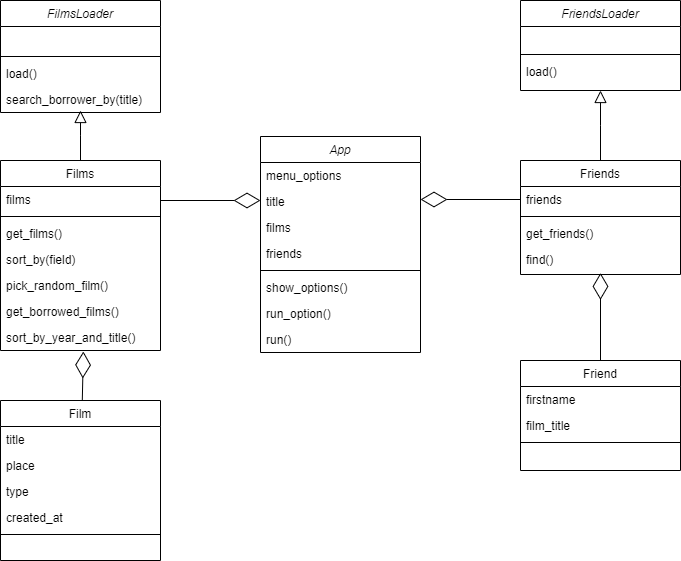
Above: _DOC/diagramme_de_classe_poo_app_python.drawio.png in sfinx13/demo-poo-python (draw.io), before the change. Source tidied: cells renumbered, new cells last; positions are measured from the earlier drawing's top-left corner, leaving out a move shared by most shapes. Its diagram source:
```xml
<mxGraphModel>
  <root>
    <mxCell id="0" />
    <mxCell id="1" parent="0" />
    <mxCell id="2" value="FriendsLoader" style="swimlane;fontStyle=2;align=center;verticalAlign=top;horizontal=1;startSize=26;rounded=0;shadow=0;strokeWidth=1;" parent="1" vertex="1">
      <mxGeometry x="520" width="160" height="90" as="geometry" />
    </mxCell>
    <mxCell id="3" value="Email Address" style="text;align=left;verticalAlign=top;spacingLeft=4;spacingRight=4;overflow=hidden;rounded=0;shadow=0;html=0;fontColor=none;noLabel=1;" parent="2" vertex="1">
      <mxGeometry y="26" width="160" height="24" as="geometry" />
    </mxCell>
    <mxCell id="4" style="line;html=1;strokeWidth=1;align=left;verticalAlign=middle;spacingTop=-1;spacingLeft=3;spacingRight=3;labelPosition=right;" parent="2" vertex="1">
      <mxGeometry y="50" width="160" height="8" as="geometry" />
    </mxCell>
    <mxCell id="5" value="load()" style="text;align=left;verticalAlign=top;spacingLeft=4;spacingRight=4;overflow=hidden;" parent="2" vertex="1">
      <mxGeometry y="58" width="160" height="26" as="geometry" />
    </mxCell>
    <mxCell id="6" value="Friends" style="swimlane;fontStyle=0;align=center;verticalAlign=top;horizontal=1;startSize=26;rounded=0;shadow=0;strokeWidth=1;" parent="1" vertex="1">
      <mxGeometry x="520" y="160" width="160" height="114" as="geometry" />
    </mxCell>
    <mxCell id="7" value="friends" style="text;align=left;verticalAlign=top;spacingLeft=4;spacingRight=4;overflow=hidden;points=[[0,0.5],[1,0.5]];portConstraint=eastwest;fontColor=#000000;" parent="6" vertex="1">
      <mxGeometry y="26" width="160" height="26" as="geometry" />
    </mxCell>
    <mxCell id="8" style="line;html=1;strokeWidth=1;align=left;verticalAlign=middle;spacingTop=-1;spacingLeft=3;spacingRight=3;labelPosition=right;" parent="6" vertex="1">
      <mxGeometry y="52" width="160" height="8" as="geometry" />
    </mxCell>
    <mxCell id="9" value="get_friends()" style="text;align=left;verticalAlign=top;spacingLeft=4;spacingRight=4;overflow=hidden;fontStyle=0;" parent="6" vertex="1">
      <mxGeometry y="60" width="160" height="26" as="geometry" />
    </mxCell>
    <mxCell id="10" style="endArrow=block;endSize=10;endFill=0;shadow=0;strokeWidth=1;rounded=0;edgeStyle=elbowEdgeStyle;elbow=vertical;" parent="1" edge="1" source="6" target="2">
      <mxGeometry relative="1" as="geometry" />
    </mxCell>
    <mxCell id="11" value="FilmsLoader" style="swimlane;fontStyle=2;align=center;verticalAlign=top;horizontal=1;startSize=26;rounded=0;shadow=0;strokeWidth=1;" parent="1" vertex="1">
      <mxGeometry width="160" height="112" as="geometry" />
    </mxCell>
    <mxCell id="12" value="Email Address" style="text;align=left;verticalAlign=top;spacingLeft=4;spacingRight=4;overflow=hidden;rounded=0;shadow=0;html=0;fontColor=none;noLabel=1;" parent="11" vertex="1">
      <mxGeometry y="26" width="160" height="26" as="geometry" />
    </mxCell>
    <mxCell id="13" style="line;html=1;strokeWidth=1;align=left;verticalAlign=middle;spacingTop=-1;spacingLeft=3;spacingRight=3;labelPosition=right;" parent="11" vertex="1">
      <mxGeometry y="52" width="160" height="8" as="geometry" />
    </mxCell>
    <mxCell id="14" value="load()" style="text;align=left;verticalAlign=top;spacingLeft=4;spacingRight=4;overflow=hidden;" parent="11" vertex="1">
      <mxGeometry y="60" width="160" height="26" as="geometry" />
    </mxCell>
    <mxCell id="15" value="search_borrower_by(title)" style="text;align=left;verticalAlign=top;spacingLeft=4;spacingRight=4;overflow=hidden;" parent="11" vertex="1">
      <mxGeometry y="86" width="160" height="26" as="geometry" />
    </mxCell>
    <mxCell id="16" value="Films" style="swimlane;fontStyle=0;align=center;verticalAlign=top;horizontal=1;startSize=26;rounded=0;shadow=0;strokeWidth=1;" parent="1" vertex="1">
      <mxGeometry y="160" width="160" height="190" as="geometry" />
    </mxCell>
    <mxCell id="17" value="films" style="text;align=left;verticalAlign=top;spacingLeft=4;spacingRight=4;overflow=hidden;fontColor=#000000;" parent="16" vertex="1">
      <mxGeometry y="26" width="160" height="26" as="geometry" />
    </mxCell>
    <mxCell id="18" style="line;html=1;strokeWidth=1;align=left;verticalAlign=middle;spacingTop=-1;spacingLeft=3;spacingRight=3;labelPosition=right;" parent="16" vertex="1">
      <mxGeometry y="52" width="160" height="8" as="geometry" />
    </mxCell>
    <mxCell id="19" value="get_films()" style="text;align=left;verticalAlign=top;spacingLeft=4;spacingRight=4;overflow=hidden;fontStyle=0;" parent="16" vertex="1">
      <mxGeometry y="60" width="160" height="26" as="geometry" />
    </mxCell>
    <mxCell id="20" value="sort_by(field)" style="text;align=left;verticalAlign=top;spacingLeft=4;spacingRight=4;overflow=hidden;" parent="16" vertex="1">
      <mxGeometry y="86" width="160" height="26" as="geometry" />
    </mxCell>
    <mxCell id="21" value="pick_random_film()" style="text;align=left;verticalAlign=top;spacingLeft=4;spacingRight=4;overflow=hidden;" parent="16" vertex="1">
      <mxGeometry y="112" width="160" height="26" as="geometry" />
    </mxCell>
    <mxCell id="22" value="get_borrowed_films()" style="text;align=left;verticalAlign=top;spacingLeft=4;spacingRight=4;overflow=hidden;" parent="16" vertex="1">
      <mxGeometry y="138" width="160" height="26" as="geometry" />
    </mxCell>
    <mxCell id="23" value="sort_by_year_and_title()" style="text;align=left;verticalAlign=top;spacingLeft=4;spacingRight=4;overflow=hidden;points=[[0,0.5],[1,0.5]];portConstraint=eastwest;fontStyle=0;" parent="16" vertex="1">
      <mxGeometry y="164" width="160" height="26" as="geometry" />
    </mxCell>
    <mxCell id="24" style="endArrow=block;endSize=10;endFill=0;shadow=0;strokeWidth=1;rounded=0;edgeStyle=elbowEdgeStyle;elbow=vertical;" parent="1" edge="1" source="16">
      <mxGeometry relative="1" as="geometry">
        <mxPoint x="80" y="110" as="targetPoint" />
      </mxGeometry>
    </mxCell>
    <mxCell id="25" value="Friend" style="swimlane;fontStyle=0;align=center;verticalAlign=top;horizontal=1;startSize=26;rounded=0;shadow=0;strokeWidth=1;" parent="1" vertex="1">
      <mxGeometry x="520" y="360" width="160" height="110" as="geometry" />
    </mxCell>
    <mxCell id="26" value="firstname" style="text;align=left;verticalAlign=top;spacingLeft=4;spacingRight=4;overflow=hidden;fontColor=#000000;" parent="25" vertex="1">
      <mxGeometry y="26" width="160" height="26" as="geometry" />
    </mxCell>
    <mxCell id="27" value="film_title" style="text;align=left;verticalAlign=top;spacingLeft=4;spacingRight=4;overflow=hidden;fontColor=#000000;" parent="25" vertex="1">
      <mxGeometry y="52" width="160" height="26" as="geometry" />
    </mxCell>
    <mxCell id="28" style="line;html=1;strokeWidth=1;align=left;verticalAlign=middle;spacingTop=-1;spacingLeft=3;spacingRight=3;labelPosition=right;" parent="25" vertex="1">
      <mxGeometry y="78" width="160" height="8" as="geometry" />
    </mxCell>
    <mxCell id="29" value="Film" style="swimlane;fontStyle=0;align=center;verticalAlign=top;horizontal=1;startSize=26;rounded=0;shadow=0;strokeWidth=1;" parent="1" vertex="1">
      <mxGeometry y="400" width="160" height="160" as="geometry" />
    </mxCell>
    <mxCell id="30" value="title" style="text;align=left;verticalAlign=top;spacingLeft=4;spacingRight=4;overflow=hidden;fontColor=#000000;" parent="29" vertex="1">
      <mxGeometry y="26" width="160" height="26" as="geometry" />
    </mxCell>
    <mxCell id="31" value="place" style="text;align=left;verticalAlign=top;spacingLeft=4;spacingRight=4;overflow=hidden;" parent="29" vertex="1">
      <mxGeometry y="52" width="160" height="26" as="geometry" />
    </mxCell>
    <mxCell id="32" value="type" style="text;align=left;verticalAlign=top;spacingLeft=4;spacingRight=4;overflow=hidden;" parent="29" vertex="1">
      <mxGeometry y="78" width="160" height="26" as="geometry" />
    </mxCell>
    <mxCell id="33" value="created_at" style="text;align=left;verticalAlign=top;spacingLeft=4;spacingRight=4;overflow=hidden;fontStyle=0;" parent="29" vertex="1">
      <mxGeometry y="104" width="160" height="26" as="geometry" />
    </mxCell>
    <mxCell id="34" style="line;html=1;strokeWidth=1;align=left;verticalAlign=middle;spacingTop=-1;spacingLeft=3;spacingRight=3;labelPosition=right;" parent="29" vertex="1">
      <mxGeometry y="130" width="160" height="8" as="geometry" />
    </mxCell>
    <mxCell id="35" style="endArrow=diamondThin;endFill=0;endSize=24;html=1;rounded=0;fontColor=#000000;exitX=0.5;exitY=0;exitDx=0;exitDy=0;entryX=0.5;entryY=1.016;entryDx=0;entryDy=0;entryPerimeter=0;" parent="1" edge="1" source="25" target="36">
      <mxGeometry relative="1" as="geometry" />
    </mxCell>
    <mxCell id="36" value="find()" style="text;align=left;verticalAlign=top;spacingLeft=4;spacingRight=4;overflow=hidden;points=[[0,0.5],[1,0.5]];portConstraint=eastwest;" parent="1" vertex="1">
      <mxGeometry x="520" y="246" width="160" height="26" as="geometry" />
    </mxCell>
    <mxCell id="37" style="endArrow=diamondThin;endFill=0;endSize=24;html=1;rounded=0;fontColor=#000000;entryX=0.518;entryY=1.038;entryDx=0;entryDy=0;entryPerimeter=0;" parent="1" edge="1" source="29" target="23">
      <mxGeometry relative="1" as="geometry" />
    </mxCell>
    <mxCell id="38" value="App" style="swimlane;fontStyle=2;align=center;verticalAlign=top;horizontal=1;startSize=26;rounded=0;shadow=0;strokeWidth=1;" parent="1" vertex="1">
      <mxGeometry x="260" y="136" width="160" height="216" as="geometry" />
    </mxCell>
    <mxCell id="39" value="menu_options" style="text;align=left;verticalAlign=top;spacingLeft=4;spacingRight=4;overflow=hidden;rounded=0;shadow=0;html=0;fontColor=default;" parent="38" vertex="1">
      <mxGeometry y="26" width="160" height="26" as="geometry" />
    </mxCell>
    <mxCell id="40" value="title" style="text;align=left;verticalAlign=top;spacingLeft=4;spacingRight=4;overflow=hidden;rounded=0;shadow=0;html=0;fontColor=default;" parent="38" vertex="1">
      <mxGeometry y="52" width="160" height="26" as="geometry" />
    </mxCell>
    <mxCell id="41" value="films" style="text;align=left;verticalAlign=top;spacingLeft=4;spacingRight=4;overflow=hidden;rounded=0;shadow=0;html=0;fontColor=default;" parent="38" vertex="1">
      <mxGeometry y="78" width="160" height="26" as="geometry" />
    </mxCell>
    <mxCell id="42" value="friends" style="text;align=left;verticalAlign=top;spacingLeft=4;spacingRight=4;overflow=hidden;rounded=0;shadow=0;html=0;fontColor=default;" parent="38" vertex="1">
      <mxGeometry y="104" width="160" height="26" as="geometry" />
    </mxCell>
    <mxCell id="43" style="line;html=1;strokeWidth=1;align=left;verticalAlign=middle;spacingTop=-1;spacingLeft=3;spacingRight=3;labelPosition=right;" parent="38" vertex="1">
      <mxGeometry y="130" width="160" height="8" as="geometry" />
    </mxCell>
    <mxCell id="44" value="show_options()" style="text;align=left;verticalAlign=top;spacingLeft=4;spacingRight=4;overflow=hidden;" parent="38" vertex="1">
      <mxGeometry y="138" width="160" height="26" as="geometry" />
    </mxCell>
    <mxCell id="45" value="run_option()" style="text;align=left;verticalAlign=top;spacingLeft=4;spacingRight=4;overflow=hidden;" parent="38" vertex="1">
      <mxGeometry y="164" width="160" height="26" as="geometry" />
    </mxCell>
    <mxCell id="46" value="run()" style="text;align=left;verticalAlign=top;spacingLeft=4;spacingRight=4;overflow=hidden;" parent="38" vertex="1">
      <mxGeometry y="190" width="160" height="26" as="geometry" />
    </mxCell>
    <mxCell id="47" style="endArrow=diamondThin;endFill=0;endSize=24;html=1;rounded=0;fontColor=#000000;" parent="1" edge="1">
      <mxGeometry relative="1" as="geometry">
        <mxPoint x="160" y="200" as="sourcePoint" />
        <mxPoint x="260" y="200" as="targetPoint" />
      </mxGeometry>
    </mxCell>
    <mxCell id="48" style="endArrow=diamondThin;endFill=0;endSize=24;html=1;rounded=0;fontColor=#000000;exitX=0;exitY=0.5;exitDx=0;exitDy=0;" parent="1" edge="1" source="7">
      <mxGeometry relative="1" as="geometry">
        <mxPoint x="420" y="199" as="targetPoint" />
      </mxGeometry>
    </mxCell>
  </root>
</mxGraphModel>
```
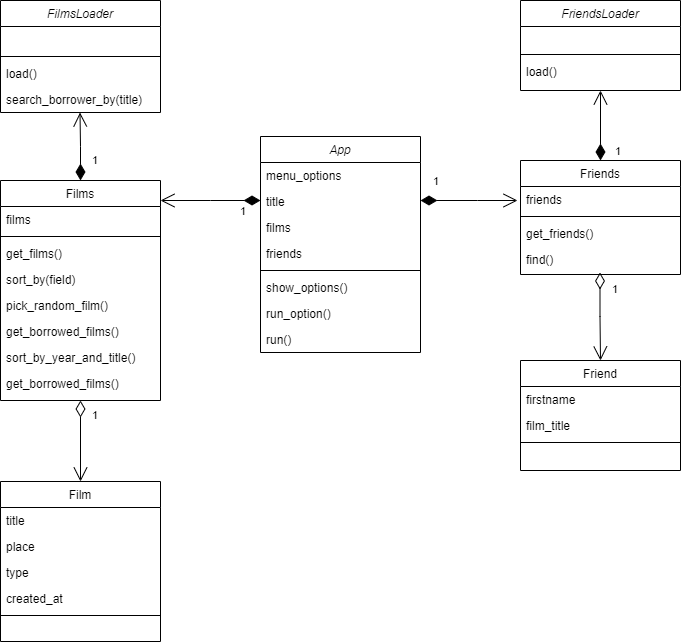
Later version of the same file.

The edit, as a diff of the source:
```diff
@@ -26,9 +26,6 @@
     <mxCell id="9" value="get_friends()" style="text;align=left;verticalAlign=top;spacingLeft=4;spacingRight=4;overflow=hidden;fontStyle=0;" parent="6" vertex="1">
       <mxGeometry y="60" width="160" height="26" as="geometry" />
     </mxCell>
-    <mxCell id="10" style="endArrow=block;endSize=10;endFill=0;shadow=0;strokeWidth=1;rounded=0;edgeStyle=elbowEdgeStyle;elbow=vertical;" parent="1" edge="1" source="6" target="2">
-      <mxGeometry relative="1" as="geometry" />
-    </mxCell>
     <mxCell id="11" value="FilmsLoader" style="swimlane;fontStyle=2;align=center;verticalAlign=top;horizontal=1;startSize=26;rounded=0;shadow=0;strokeWidth=1;" parent="1" vertex="1">
       <mxGeometry width="160" height="112" as="geometry" />
     </mxCell>
@@ -45,7 +42,7 @@
       <mxGeometry y="86" width="160" height="26" as="geometry" />
     </mxCell>
     <mxCell id="16" value="Films" style="swimlane;fontStyle=0;align=center;verticalAlign=top;horizontal=1;startSize=26;rounded=0;shadow=0;strokeWidth=1;" parent="1" vertex="1">
-      <mxGeometry y="160" width="160" height="190" as="geometry" />
+      <mxGeometry y="180" width="160" height="220" as="geometry" />
     </mxCell>
     <mxCell id="17" value="films" style="text;align=left;verticalAlign=top;spacingLeft=4;spacingRight=4;overflow=hidden;fontColor=#000000;" parent="16" vertex="1">
       <mxGeometry y="26" width="160" height="26" as="geometry" />
@@ -68,11 +65,9 @@
     <mxCell id="23" value="sort_by_year_and_title()" style="text;align=left;verticalAlign=top;spacingLeft=4;spacingRight=4;overflow=hidden;points=[[0,0.5],[1,0.5]];portConstraint=eastwest;fontStyle=0;" parent="16" vertex="1">
       <mxGeometry y="164" width="160" height="26" as="geometry" />
     </mxCell>
-    <mxCell id="24" style="endArrow=block;endSize=10;endFill=0;shadow=0;strokeWidth=1;rounded=0;edgeStyle=elbowEdgeStyle;elbow=vertical;" parent="1" edge="1" source="16">
-      <mxGeometry relative="1" as="geometry">
-        <mxPoint x="80" y="110" as="targetPoint" />
-      </mxGeometry>
-    </mxCell>
+    <mxCell id="49" value="get_borrowed_films()" style="text;align=left;verticalAlign=top;spacingLeft=4;spacingRight=4;overflow=hidden;" parent="16" vertex="1">
+      <mxGeometry y="190" width="160" height="30" as="geometry" />
+    </mxCell>
     <mxCell id="25" value="Friend" style="swimlane;fontStyle=0;align=center;verticalAlign=top;horizontal=1;startSize=26;rounded=0;shadow=0;strokeWidth=1;" parent="1" vertex="1">
       <mxGeometry x="520" y="360" width="160" height="110" as="geometry" />
     </mxCell>
@@ -86,7 +81,7 @@
       <mxGeometry y="78" width="160" height="8" as="geometry" />
     </mxCell>
     <mxCell id="29" value="Film" style="swimlane;fontStyle=0;align=center;verticalAlign=top;horizontal=1;startSize=26;rounded=0;shadow=0;strokeWidth=1;" parent="1" vertex="1">
-      <mxGeometry y="400" width="160" height="160" as="geometry" />
+      <mxGeometry y="481" width="160" height="160" as="geometry" />
     </mxCell>
     <mxCell id="30" value="title" style="text;align=left;verticalAlign=top;spacingLeft=4;spacingRight=4;overflow=hidden;fontColor=#000000;" parent="29" vertex="1">
       <mxGeometry y="26" width="160" height="26" as="geometry" />
@@ -103,15 +98,9 @@
     <mxCell id="34" style="line;html=1;strokeWidth=1;align=left;verticalAlign=middle;spacingTop=-1;spacingLeft=3;spacingRight=3;labelPosition=right;" parent="29" vertex="1">
       <mxGeometry y="130" width="160" height="8" as="geometry" />
     </mxCell>
-    <mxCell id="35" style="endArrow=diamondThin;endFill=0;endSize=24;html=1;rounded=0;fontColor=#000000;exitX=0.5;exitY=0;exitDx=0;exitDy=0;entryX=0.5;entryY=1.016;entryDx=0;entryDy=0;entryPerimeter=0;" parent="1" edge="1" source="25" target="36">
-      <mxGeometry relative="1" as="geometry" />
-    </mxCell>
     <mxCell id="36" value="find()" style="text;align=left;verticalAlign=top;spacingLeft=4;spacingRight=4;overflow=hidden;points=[[0,0.5],[1,0.5]];portConstraint=eastwest;" parent="1" vertex="1">
       <mxGeometry x="520" y="246" width="160" height="26" as="geometry" />
     </mxCell>
-    <mxCell id="37" style="endArrow=diamondThin;endFill=0;endSize=24;html=1;rounded=0;fontColor=#000000;entryX=0.518;entryY=1.038;entryDx=0;entryDy=0;entryPerimeter=0;" parent="1" edge="1" source="29" target="23">
-      <mxGeometry relative="1" as="geometry" />
-    </mxCell>
     <mxCell id="38" value="App" style="swimlane;fontStyle=2;align=center;verticalAlign=top;horizontal=1;startSize=26;rounded=0;shadow=0;strokeWidth=1;" parent="1" vertex="1">
       <mxGeometry x="260" y="136" width="160" height="216" as="geometry" />
     </mxCell>
@@ -139,16 +128,43 @@
     <mxCell id="46" value="run()" style="text;align=left;verticalAlign=top;spacingLeft=4;spacingRight=4;overflow=hidden;" parent="38" vertex="1">
       <mxGeometry y="190" width="160" height="26" as="geometry" />
     </mxCell>
-    <mxCell id="47" style="endArrow=diamondThin;endFill=0;endSize=24;html=1;rounded=0;fontColor=#000000;" parent="1" edge="1">
-      <mxGeometry relative="1" as="geometry">
-        <mxPoint x="160" y="200" as="sourcePoint" />
-        <mxPoint x="260" y="200" as="targetPoint" />
-      </mxGeometry>
-    </mxCell>
-    <mxCell id="48" style="endArrow=diamondThin;endFill=0;endSize=24;html=1;rounded=0;fontColor=#000000;exitX=0;exitY=0.5;exitDx=0;exitDy=0;" parent="1" edge="1" source="7">
-      <mxGeometry relative="1" as="geometry">
-        <mxPoint x="420" y="199" as="targetPoint" />
-      </mxGeometry>
-    </mxCell>
+    <mxCell id="50" value="1" style="endArrow=open;html=1;endSize=12;startArrow=diamondThin;startSize=14;startFill=1;edgeStyle=orthogonalEdgeStyle;align=left;verticalAlign=bottom;rounded=0;exitX=0.5;exitY=0;exitDx=0;exitDy=0;" parent="1" edge="1" source="16">
+      <mxGeometry x="-0.69" y="-10" relative="1" as="geometry">
+        <mxPoint x="79.5" y="112" as="targetPoint" />
+      </mxGeometry>
+    </mxCell>
+    <mxCell id="10" value="1" style="endArrow=open;html=1;endSize=12;startArrow=diamondThin;startSize=14;startFill=1;edgeStyle=orthogonalEdgeStyle;align=left;verticalAlign=bottom;rounded=0;entryX=0.5;entryY=1;entryDx=0;entryDy=0;exitX=0.5;exitY=0;exitDx=0;exitDy=0;" parent="1" edge="1" source="6" target="2">
+      <mxGeometry x="-1" y="-13" relative="1" as="geometry" />
+    </mxCell>
+    <mxCell id="51" value="1" style="endArrow=open;html=1;endSize=12;startArrow=diamondThin;startSize=14;startFill=1;edgeStyle=orthogonalEdgeStyle;align=left;verticalAlign=bottom;rounded=0;" parent="1" edge="1">
+      <mxGeometry x="-0.56" y="20" relative="1" as="geometry">
+        <mxPoint x="260" y="200" as="sourcePoint" />
+        <mxPoint x="160" y="200" as="targetPoint" />
+        <Array as="points">
+          <mxPoint x="210" y="200" />
+          <mxPoint x="210" y="200" />
+        </Array>
+      </mxGeometry>
+    </mxCell>
+    <mxCell id="52" value="1" style="endArrow=open;html=1;endSize=12;startArrow=diamondThin;startSize=14;startFill=1;edgeStyle=orthogonalEdgeStyle;align=left;verticalAlign=bottom;rounded=0;" parent="1" edge="1">
+      <mxGeometry x="-0.76" y="10" relative="1" as="geometry">
+        <mxPoint x="420" y="200" as="sourcePoint" />
+        <mxPoint x="517" y="200" as="targetPoint" />
+        <Array as="points">
+          <mxPoint x="477" y="200" />
+          <mxPoint x="477" y="200" />
+        </Array>
+      </mxGeometry>
+    </mxCell>
+    <mxCell id="53" value="1" style="endArrow=open;html=1;endSize=12;startArrow=diamondThin;startSize=14;startFill=0;edgeStyle=orthogonalEdgeStyle;align=left;verticalAlign=bottom;rounded=0;entryX=0.5;entryY=0;entryDx=0;entryDy=0;" parent="1" edge="1" target="29">
+      <mxGeometry x="-0.41" y="10" relative="1" as="geometry">
+        <mxPoint x="80" y="400" as="sourcePoint" />
+      </mxGeometry>
+    </mxCell>
+    <mxCell id="54" value="1" style="endArrow=open;html=1;endSize=12;startArrow=diamondThin;startSize=14;startFill=0;edgeStyle=orthogonalEdgeStyle;align=left;verticalAlign=bottom;rounded=0;entryX=0.5;entryY=0;entryDx=0;entryDy=0;exitX=0.5;exitY=0.962;exitDx=0;exitDy=0;exitPerimeter=0;" parent="1" edge="1" target="25">
+      <mxGeometry x="-0.41" y="10" relative="1" as="geometry">
+        <mxPoint x="599.5" y="272" as="sourcePoint" />
+      </mxGeometry>
+    </mxCell>
   </root>
 </mxGraphModel>
```
